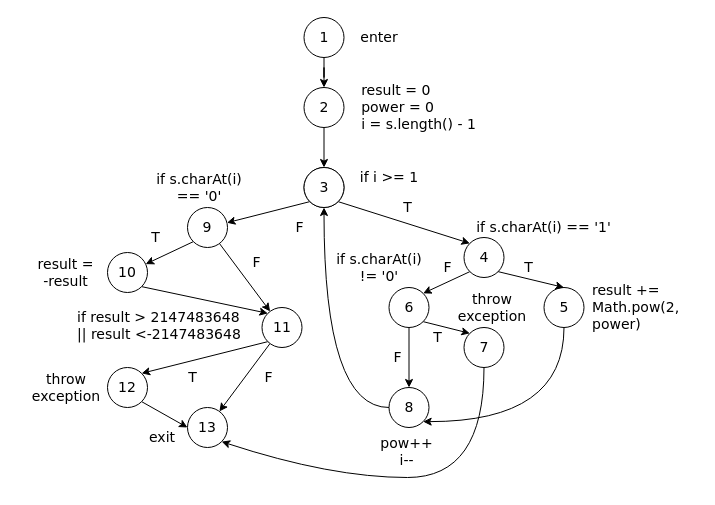
This is Assignment6.drawio from LI-YUXIN-Ryan-Garcia/CSCI3100Assignment, a draw.io file, before an edit. Source tidied: cells renumbered, new cells numbered last; positions are measured from the earlier drawing's top-left corner, leaving out a move shared by most shapes. Both pictures are drawn from the tidied source at 100%, with x=0, y=0 at pixel (17, 17).
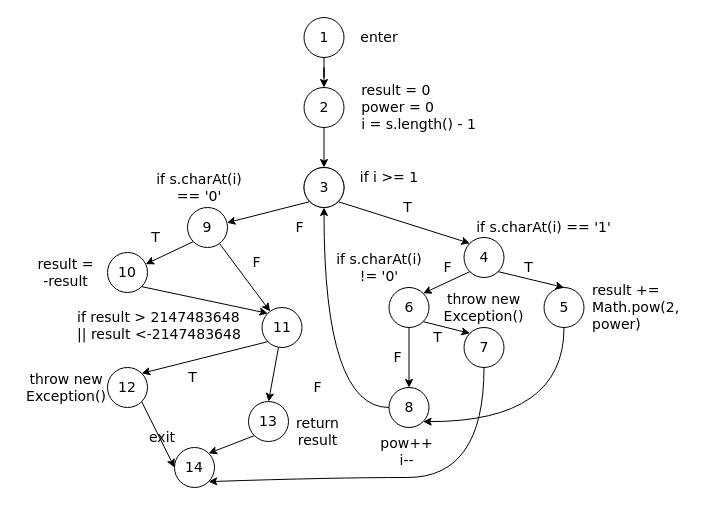
The same page after the edit.

The change refers to these unchanged cells:
```xml
<mxCell id="23" value="11" style="ellipse;whiteSpace=wrap;html=1;fontFamily=Verdana;fontSize=14;" parent="1" vertex="1">
  <mxGeometry x="244.5" y="290" width="40" height="40" as="geometry" />
</mxCell>
```

What changed in the source:
```diff
@@
-    <mxCell id="21" style="edgeStyle=none;rounded=0;jettySize=auto;html=1;fontFamily=Verdana;fontSize=14;" parent="1" edge="1" source="23" target="24">
-      <mxGeometry relative="1" as="geometry" />
-    </mxCell>
@@
+    <mxCell id="56" style="edgeStyle=none;rounded=0;jettySize=auto;html=1;entryX=0.5;entryY=0;entryDx=0;entryDy=0;" parent="1" edge="1" source="23" target="58">
+      <mxGeometry relative="1" as="geometry" />
+    </mxCell>
@@
-    <mxCell id="24" value="13" style="ellipse;whiteSpace=wrap;html=1;fontFamily=Verdana;fontSize=14;" parent="1" vertex="1">
-      <mxGeometry x="170" y="390" width="40" height="40" as="geometry" />
+    <mxCell id="24" value="14" style="ellipse;whiteSpace=wrap;html=1;fontFamily=Verdana;fontSize=14;" parent="1" vertex="1">
+      <mxGeometry x="157" y="430" width="40" height="40" as="geometry" />
     </mxCell>
@@
-    <mxCell id="40" value="throw exception" style="text;html=1;strokeColor=none;fillColor=none;align=center;verticalAlign=middle;whiteSpace=wrap;rounded=0;fontFamily=Verdana;fontSize=14;" parent="1" vertex="1">
-      <mxGeometry x="439" y="280" width="72" height="20" as="geometry" />
+    <mxCell id="40" value="throw new Exception()" style="text;html=1;strokeColor=none;fillColor=none;align=center;verticalAlign=middle;whiteSpace=wrap;rounded=0;fontFamily=Verdana;fontSize=14;" parent="1" vertex="1">
+      <mxGeometry x="422" y="280" width="89" height="20" as="geometry" />
     </mxCell>
@@
     <mxCell id="48" value="F" style="text;html=1;strokeColor=none;fillColor=none;align=center;verticalAlign=middle;whiteSpace=wrap;rounded=0;fontFamily=Verdana;fontSize=14;" parent="1" vertex="1">
-      <mxGeometry x="232.5" y="350" width="37" height="20" as="geometry" />
+      <mxGeometry x="282" y="360" width="37" height="20" as="geometry" />
     </mxCell>
@@
-    <mxCell id="53" value="throw exception" style="text;html=1;strokeColor=none;fillColor=none;align=center;verticalAlign=middle;whiteSpace=wrap;rounded=0;fontFamily=Verdana;fontSize=14;" parent="1" vertex="1">
+    <mxCell id="53" value="throw new Exception()" style="text;html=1;strokeColor=none;fillColor=none;align=center;verticalAlign=middle;whiteSpace=wrap;rounded=0;fontFamily=Verdana;fontSize=14;" parent="1" vertex="1">
       <mxGeometry x="-0.5" y="360" width="98" height="20" as="geometry" />
     </mxCell>
@@
+    <mxCell id="57" style="edgeStyle=none;rounded=0;jettySize=auto;html=1;exitX=0;exitY=1;exitDx=0;exitDy=0;entryX=1;entryY=0;entryDx=0;entryDy=0;" parent="1" edge="1" source="58" target="24">
+      <mxGeometry relative="1" as="geometry" />
+    </mxCell>
+    <mxCell id="58" value="13" style="ellipse;whiteSpace=wrap;html=1;fontFamily=Verdana;fontSize=14;" parent="1" vertex="1">
+      <mxGeometry x="231" y="384" width="40" height="40" as="geometry" />
+    </mxCell>
+    <mxCell id="59" value="return result" style="text;html=1;strokeColor=none;fillColor=none;align=center;verticalAlign=middle;whiteSpace=wrap;rounded=0;fontFamily=Verdana;fontSize=14;" parent="1" vertex="1">
+      <mxGeometry x="269" y="404" width="63" height="20" as="geometry" />
+    </mxCell>
```
